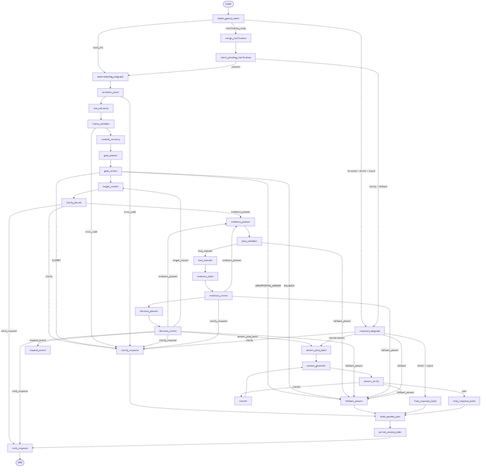
This is arc/05_full_expanded.png from leo514937/ai-agent, a Mermaid export, as it was before one commit. Its source is kept beside it as arc/05_full_expanded.mmd. Source of this version:
```mermaid
flowchart TD
    START([START]) --> IGR[intake_guard_router]

    IGR -->|terminal / direct / reject| RESP[response_subgraph]
    IGR -->|clarification_reply| MC[merge_clarification]
    IGR -->|local_life| US[understanding_subgraph]

    MC --> CPC[check_pending_clarification]
    CPC -->|proceed| US
    CPC -->|clarify / fallback| RESP

    US --> SP[semantic_parse]
    SP --> SE[slot_extractor]
    SE --> FV[frame_validator]
    FV --> CR[context_recovery]
    CR --> GP[goal_planner]
    GP --> GR[goal_review]
    GR --> TR[target_resolve]
    TR --> CD[clarify_decide]
    CD -->|evidence_planner| EP[evidence_planner]
    CD -->|clarify| CL[clarify_response]
    CD -->|emit_response| EM[emit_response]

    GR -->|CLARIFY| CL
    GR -->|UNSUPPORTED_ANSWER| FB[fallback_answer]
    GR -->|FALLBACK| FB
    FV -->|error_code| CL
    SP -->|error_code| CL

    EP --> PV[plan_validator]
    PV -->|tool_execute| TE[tool_execute]
    PV -->|fallback_answer| FB

    TE --> EB[evidence_build]
    EB --> EV[evidence_review]
    EV --> DP[decision_planner]
    DP --> DR[decision_review]

    DR -->|answer_plan_build| APB[answer_plan_build]
    DR -->|evidence_planner| EP
    DR -->|expand_search| XS[expand_search]
    DR -->|target_resolve| TR
    DR -->|fallback_answer| FB
    DR -->|clarify_response| CL
    DR -->|emit_response| EM

    EV -->|fallback_answer| FB
    EV -->|clarify_response| CL
    EV -->|evidence_planner| EP

    RESP -->|direct / reject| FRD[final_response_build]
    RESP -->|clarify| CL
    RESP -->|fallback| FB
    RESP -->|normal answer| APB

    APB --> AG[answer_generate]
    AG --> AV[answer_verify]
    AV -->|pass| FR[final_response_build]
    AV -->|rewrite| RW[rewrite]
    AV -->|fallback_answer| FB
    RW --> AG

    CL --> SUP[state_update_plan]
    FB --> SUP
    FRD --> SUP
    FR --> SUP

    SUP --> PS[persist_session_state]
    PS --> EM[emit_response]
    EM --> END([END])
```
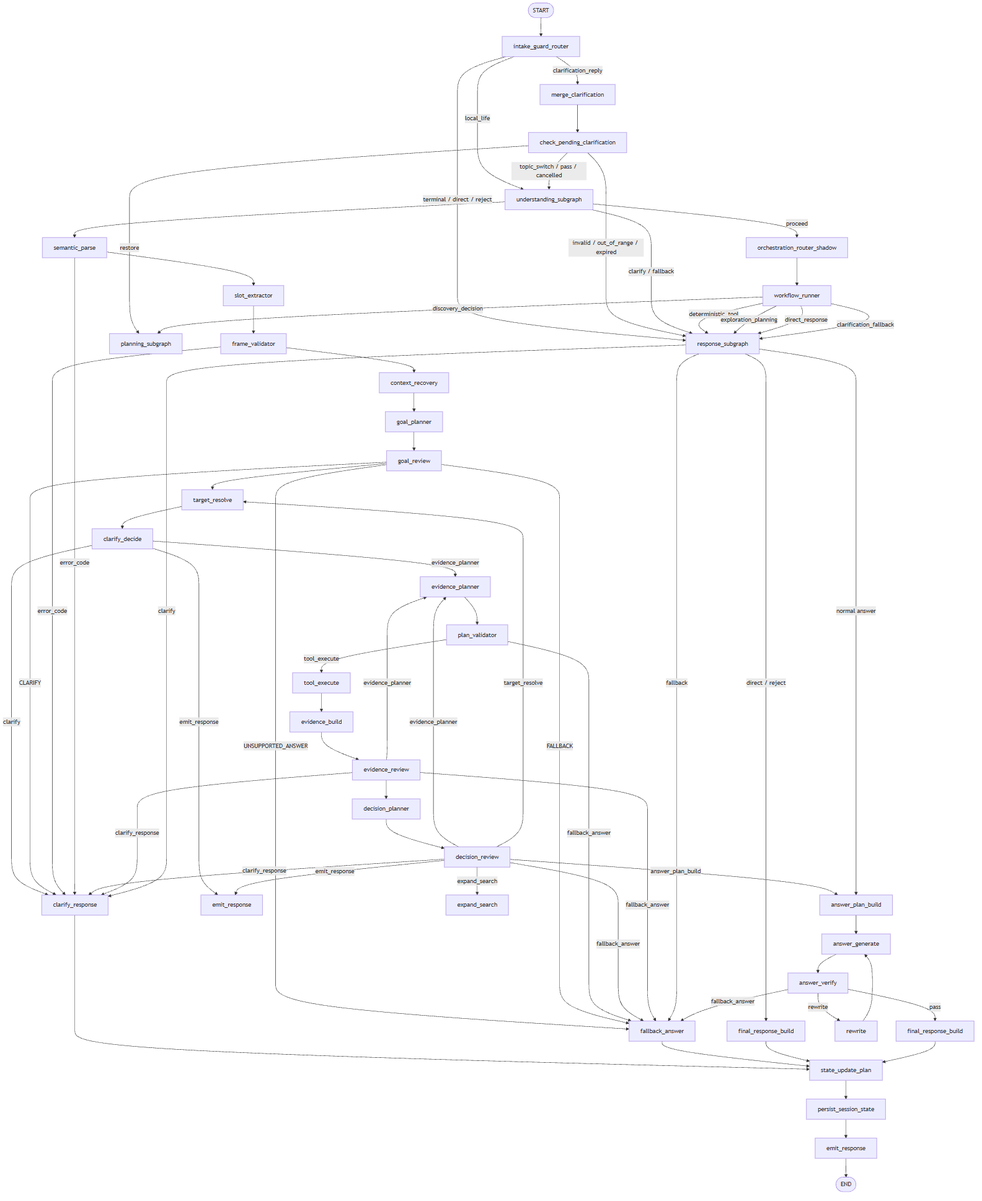
Above is the later version.

What changed in the source:
```diff
@@ -6,8 +6,9 @@
     IGR -->|local_life| US[understanding_subgraph]
 
     MC --> CPC[check_pending_clarification]
-    CPC -->|proceed| US
-    CPC -->|clarify / fallback| RESP
+    CPC -->|restore| PS[planning_subgraph]
+    CPC -->|topic_switch / pass / cancelled| US
+    CPC -->|invalid / out_of_range / expired| RESP
 
     US --> SP[semantic_parse]
     SP --> SE[slot_extractor]
@@ -26,6 +27,17 @@
     GR -->|FALLBACK| FB
     FV -->|error_code| CL
     SP -->|error_code| CL
+
+    US -->|proceed| ORS[orchestration_router_shadow]
+    US -->|clarify / fallback| RESP
+
+    ORS --> WR[workflow_runner]
+
+    WR -->|discovery_decision| PS
+    WR -->|deterministic_tool| RESP
+    WR -->|exploration_planning| RESP
+    WR -->|direct_response| RESP
+    WR -->|clarification_fallback| RESP
 
     EP --> PV[plan_validator]
     PV -->|tool_execute| TE[tool_execute]
@@ -65,6 +77,6 @@
     FRD --> SUP
     FR --> SUP
 
-    SUP --> PS[persist_session_state]
-    PS --> EM[emit_response]
-    EM --> END([END])
+    SUP --> PS2[persist_session_state]
+    PS2 --> EM2[emit_response]
+    EM2 --> END([END])
```
